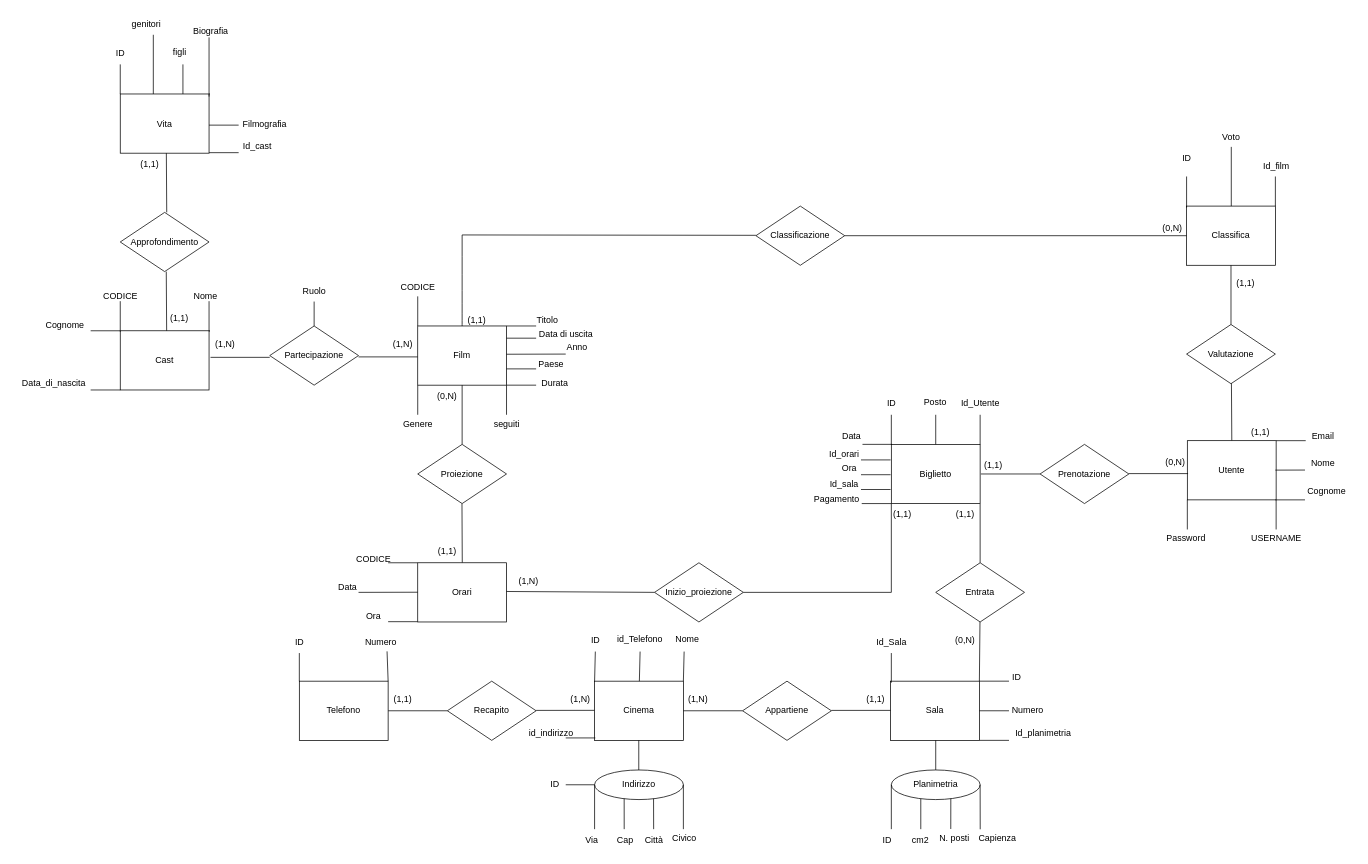
This is Diagramma.drawio from FRANCO8724/10---Realizzazione-di-una-web-application, a draw.io file, before an edit. Source tidied: cells renumbered, new cells numbered last; positions are measured from the earlier drawing's top-left corner, leaving out a move shared by most shapes. Both pictures are drawn from the tidied source at 74%, with x=0, y=0 at pixel (13, 12).
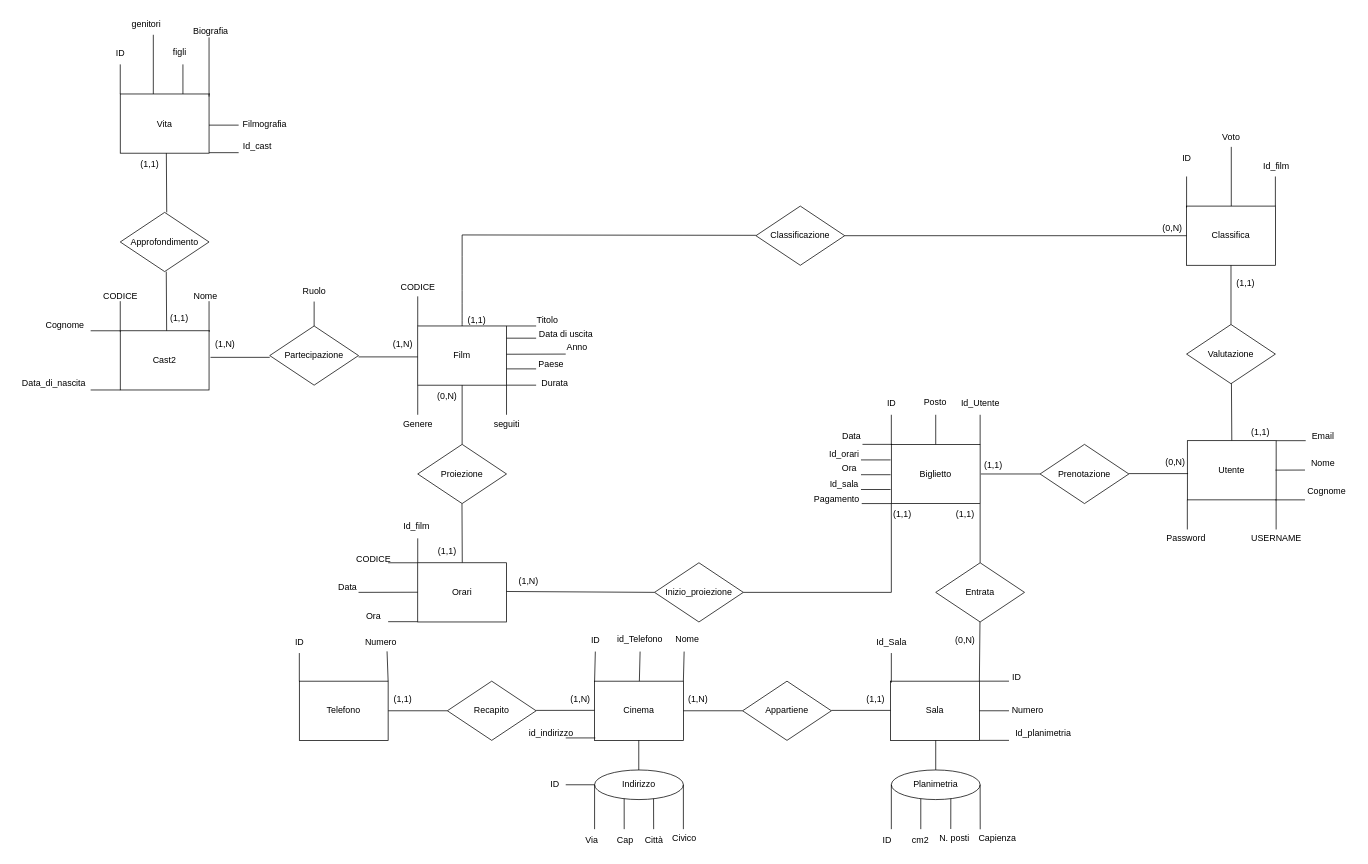
After the change.

Unchanged cells that the change refers to:
```xml
<mxCell id="68" value="Orari" style="rounded=0;whiteSpace=wrap;html=1;" parent="1" vertex="1">
  <mxGeometry x="547" y="744" width="120" height="80" as="geometry" />
</mxCell>
```

Change to the diagram source:
```diff
@@
-    <mxCell id="17" value="Cast" style="rounded=0;whiteSpace=wrap;html=1;flipH=0;flipV=0;direction=east;" parent="1" vertex="1">
+    <mxCell id="17" value="Cast2" style="rounded=0;whiteSpace=wrap;html=1;flipH=0;flipV=0;direction=east;" parent="1" vertex="1">
       <mxGeometry x="145" y="430.5" width="120" height="80" as="geometry" />
     </mxCell>
@@
+    <mxCell id="186" style="endArrow=none;html=1;rounded=0;entryX=0;entryY=0;entryDx=0;entryDy=0;" parent="1" edge="1" target="68">
+      <mxGeometry relative="1" as="geometry">
+        <mxPoint x="547" y="711" as="sourcePoint" />
+      </mxGeometry>
+    </mxCell>
+    <mxCell id="187" value="Id_film" style="text;html=1;align=center;verticalAlign=middle;strokeColor=none;fillColor=none;" parent="1" vertex="1">
+      <mxGeometry x="518" y="682" width="53" height="26" as="geometry" />
+    </mxCell>
```
